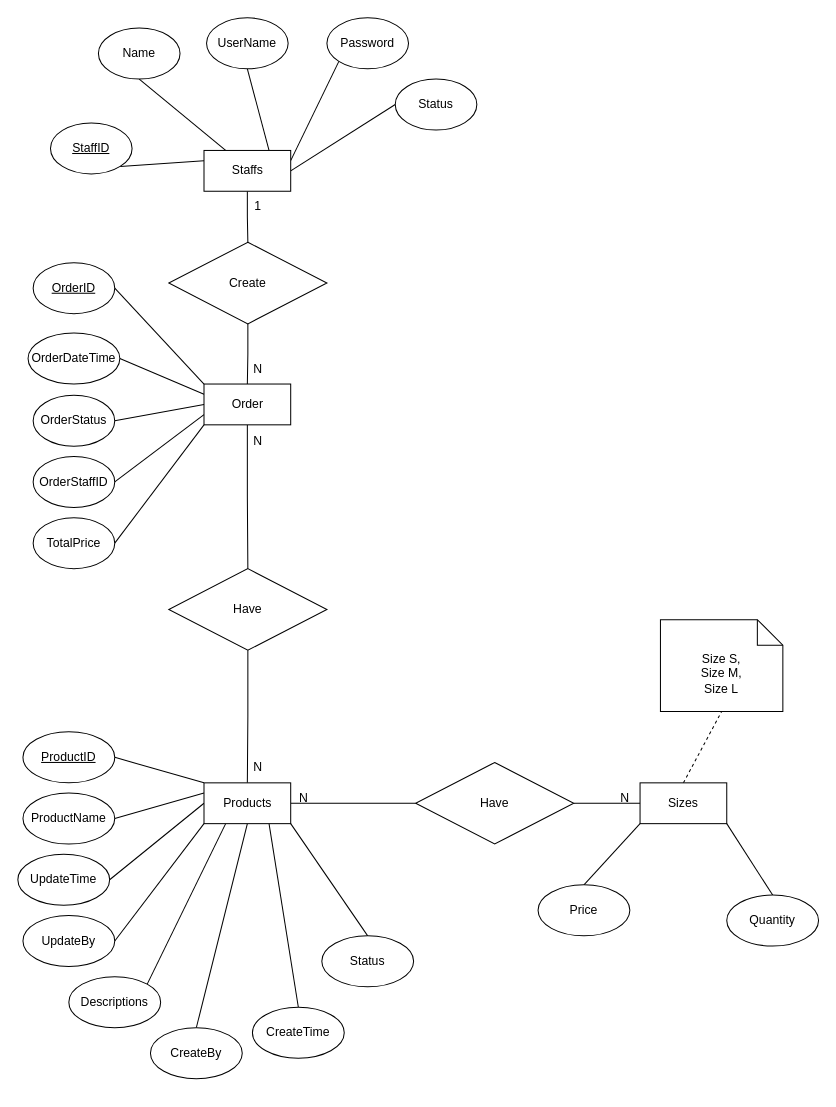
Before: page "ERDConcept" (1 of 2) of Diagram/Entity_Relationship_Diagram/ERD1.drawio in NDuc-Dev/Project-1, a draw.io diagram. Source tidied: cells renumbered, new cells numbered last; positions are measured from the earlier drawing's top-left corner, leaving out a move shared by most shapes. Both pictures are drawn from the tidied source at 102%, with x=0, y=0 at pixel (17, 17).
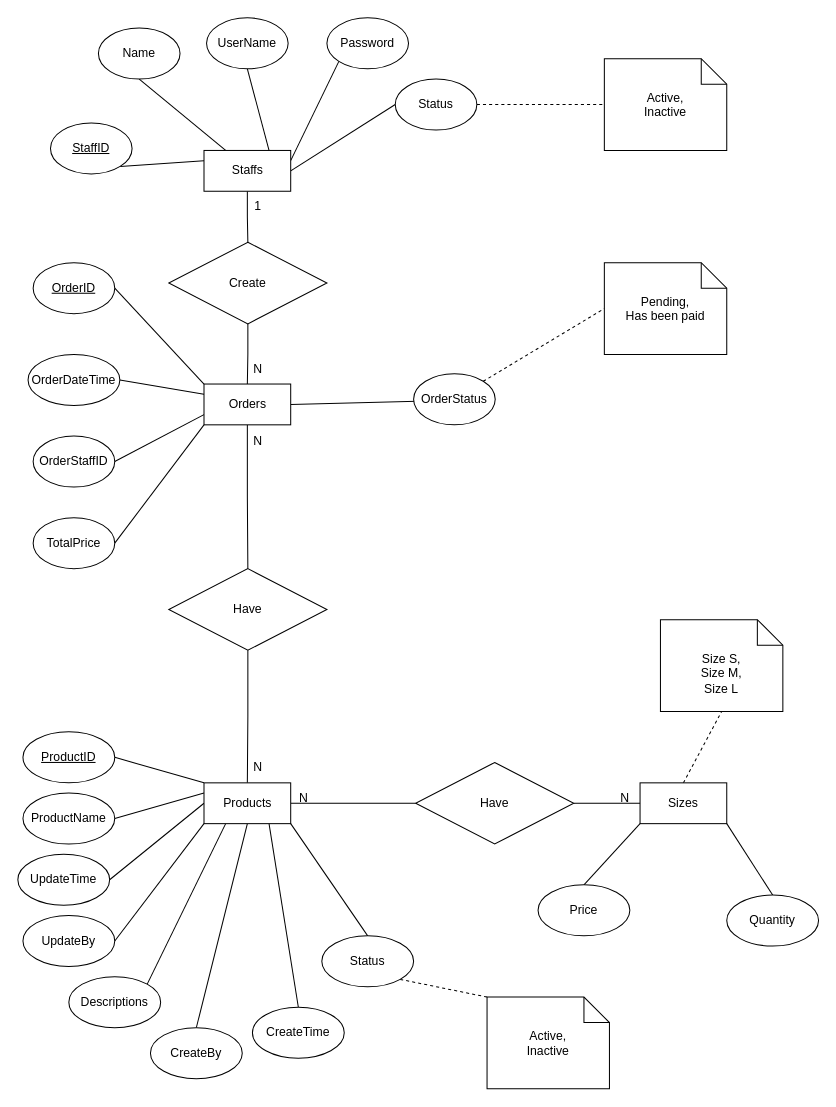
The same page after the edit.

The change refers to these unchanged cells:
```xml
<mxCell id="61" value="Status" style="ellipse;whiteSpace=wrap;html=1;" parent="1" vertex="1">
  <mxGeometry x="370" y="60" width="80" height="50" as="geometry" />
</mxCell>
<mxCell id="62" value="Status" style="ellipse;whiteSpace=wrap;html=1;" parent="1" vertex="1">
  <mxGeometry x="298" y="900" width="90" height="50" as="geometry" />
</mxCell>
```

Change to the diagram source:
```diff
@@
-    <mxCell id="15" style="rounded=0;jettySize=auto;html=1;exitX=0;exitY=0.5;exitDx=0;exitDy=0;entryX=1;entryY=0.5;entryDx=0;entryDy=0;endArrow=none;endFill=0;" parent="1" edge="1" source="19" target="26">
+    <mxCell id="15" style="rounded=0;jettySize=auto;html=1;exitX=1;exitY=0.5;exitDx=0;exitDy=0;entryX=1;entryY=0.5;entryDx=0;entryDy=0;endArrow=none;endFill=0;" parent="1" edge="1" source="19" target="26">
       <mxGeometry relative="1" as="geometry" />
     </mxCell>
@@
-    <mxCell id="19" value="Order" style="rounded=0;whiteSpace=wrap;html=1;" parent="1" vertex="1">
+    <mxCell id="19" value="Orders" style="rounded=0;whiteSpace=wrap;html=1;" parent="1" vertex="1">
       <mxGeometry x="182.5" y="359" width="85" height="40" as="geometry" />
     </mxCell>
@@
     <mxCell id="25" value="OrderDateTime" style="ellipse;whiteSpace=wrap;html=1;" parent="1" vertex="1">
-      <mxGeometry x="10" y="309" width="90" height="50" as="geometry" />
+      <mxGeometry x="10" y="330" width="90" height="50" as="geometry" />
     </mxCell>
+    <mxCell id="63" style="rounded=0;jettySize=auto;html=1;exitX=1;exitY=0;exitDx=0;exitDy=0;entryX=0;entryY=0.5;entryDx=0;entryDy=0;entryPerimeter=0;endArrow=none;endFill=0;dashed=1;" parent="1" edge="1" source="26" target="68">
+      <mxGeometry relative="1" as="geometry" />
+    </mxCell>
     <mxCell id="26" value="OrderStatus" style="ellipse;whiteSpace=wrap;html=1;" parent="1" vertex="1">
-      <mxGeometry x="15" y="370" width="80" height="50" as="geometry" />
+      <mxGeometry x="388" y="349" width="80" height="50" as="geometry" />
     </mxCell>
@@
     <mxCell id="48" value="OrderStaffID" style="ellipse;whiteSpace=wrap;html=1;" parent="1" vertex="1">
-      <mxGeometry x="15" y="430" width="80" height="50" as="geometry" />
+      <mxGeometry x="15" y="410" width="80" height="50" as="geometry" />
     </mxCell>
@@
+    <mxCell id="64" style="edgeStyle=orthogonalEdgeStyle;rounded=0;jettySize=auto;html=1;exitX=1;exitY=0.5;exitDx=0;exitDy=0;entryX=0;entryY=0.5;entryDx=0;entryDy=0;entryPerimeter=0;endArrow=none;endFill=0;dashed=1;" parent="1" edge="1" source="61" target="67">
+      <mxGeometry relative="1" as="geometry" />
+    </mxCell>
@@
+    <mxCell id="65" style="rounded=0;jettySize=auto;html=1;exitX=1;exitY=1;exitDx=0;exitDy=0;entryX=0;entryY=0;entryDx=0;entryDy=0;entryPerimeter=0;endArrow=none;endFill=0;dashed=1;" parent="1" edge="1" source="62" target="66">
+      <mxGeometry relative="1" as="geometry" />
+    </mxCell>
@@
+    <mxCell id="66" value="Active,&lt;br&gt;Inactive" style="shape=note2;boundedLbl=1;whiteSpace=wrap;html=1;size=25;verticalAlign=top;align=center;" parent="1" vertex="1">
+      <mxGeometry x="460" y="960" width="120" height="90" as="geometry" />
+    </mxCell>
+    <mxCell id="67" value="Active,&lt;br&gt;Inactive" style="shape=note2;boundedLbl=1;whiteSpace=wrap;html=1;size=25;verticalAlign=top;align=center;" parent="1" vertex="1">
+      <mxGeometry x="575" y="40" width="120" height="90" as="geometry" />
+    </mxCell>
+    <mxCell id="68" value="Pending,&lt;br&gt;Has been paid" style="shape=note2;boundedLbl=1;whiteSpace=wrap;html=1;size=25;verticalAlign=top;align=center;" parent="1" vertex="1">
+      <mxGeometry x="575" y="240" width="120" height="90" as="geometry" />
+    </mxCell>
```
